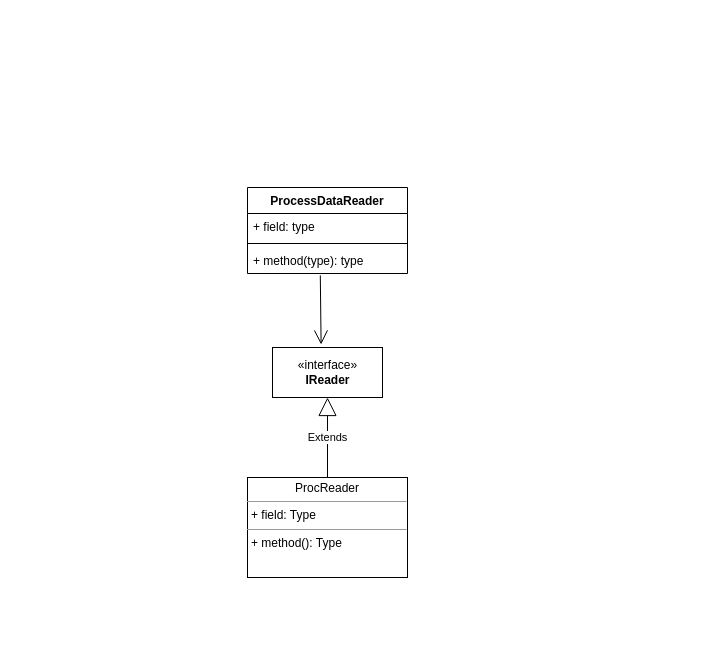
Above: diagrams/Diagram bez tytułu.drawio in Sidewinder22/Side-Process-Manager (draw.io), before the change. Source tidied: cells renumbered, new cells numbered last; positions are measured from the earlier drawing's top-left corner, leaving out a move shared by most shapes. Both pictures are drawn from the tidied source at 100%, with x=0, y=0 at pixel (247, 187).
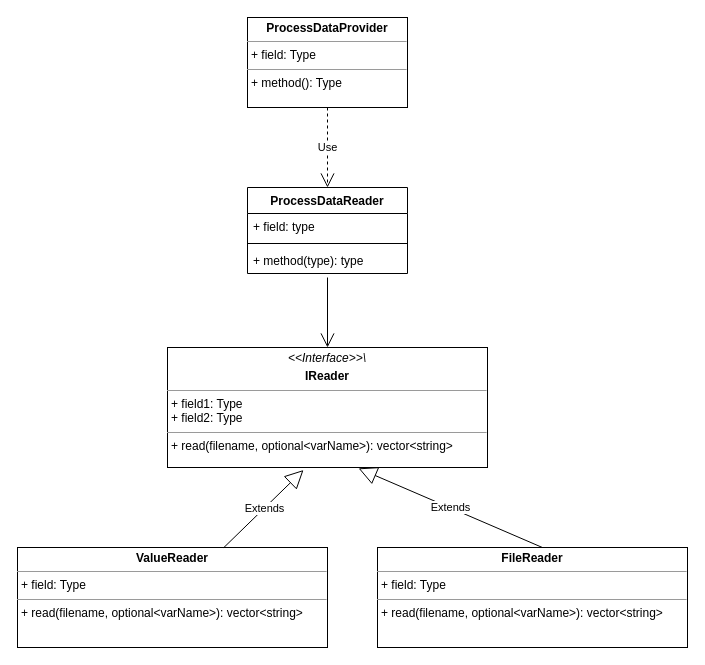
After the change.

Commit message:
Update of the provider diagram

Diff of the diagram source:
```diff
@@
 <mxGraphModel>
   <root>
     <mxCell id="0" />
     <mxCell id="1" parent="0" />
     <mxCell id="2" value="ProcessDataReader&#10;" style="swimlane;fontStyle=1;align=center;verticalAlign=top;horizontal=1;startSize=26;" parent="1" vertex="1">
       <mxGeometry width="160" height="86" as="geometry" />
     </mxCell>
     <mxCell id="3" value="+ field: type" style="text;strokeColor=none;fillColor=none;align=left;verticalAlign=top;spacingLeft=4;spacingRight=4;overflow=hidden;" parent="2" vertex="1">
       <mxGeometry y="26" width="160" height="26" as="geometry" />
     </mxCell>
     <mxCell id="4" style="line;strokeWidth=1;fillColor=none;align=left;verticalAlign=middle;spacingTop=-1;spacingLeft=3;spacingRight=3;labelPosition=right;strokeColor=inherit;" parent="2" vertex="1">
       <mxGeometry y="52" width="160" height="8" as="geometry" />
     </mxCell>
     <mxCell id="5" value="+ method(type): type" style="text;strokeColor=none;fillColor=none;align=left;verticalAlign=top;spacingLeft=4;spacingRight=4;overflow=hidden;points=[[0,0.5],[1,0.5]];portConstraint=eastwest;" parent="2" vertex="1">
       <mxGeometry y="60" width="160" height="26" as="geometry" />
     </mxCell>
-    <mxCell id="6" value="«interface»&lt;br&gt;&lt;div&gt;&lt;b&gt;IReader&lt;/b&gt;&lt;/div&gt;" style="html=1;" parent="1" vertex="1">
-      <mxGeometry x="25" y="160" width="110" height="50" as="geometry" />
-    </mxCell>
-    <mxCell id="7" style="endArrow=open;endFill=1;endSize=12;html=1;rounded=0;exitX=0.455;exitY=1.071;exitDx=0;exitDy=0;exitPerimeter=0;entryX=0.442;entryY=-0.06;entryDx=0;entryDy=0;entryPerimeter=0;" parent="1" edge="1" source="5" target="6">
-      <mxGeometry relative="1" as="geometry" />
+    <mxCell id="7" style="endArrow=open;endFill=1;endSize=12;html=1;rounded=0;" parent="1" edge="1" target="10">
+      <mxGeometry relative="1" as="geometry">
+        <mxPoint x="80" y="90" as="sourcePoint" />
+      </mxGeometry>
     </mxCell>
-    <mxCell id="8" value="&lt;p style=&quot;margin:0px;margin-top:4px;text-align:center;&quot;&gt;ProcReader&lt;/p&gt;&lt;hr size=&quot;1&quot;&gt;&lt;p style=&quot;margin:0px;margin-left:4px;&quot;&gt;+ field: Type&lt;/p&gt;&lt;hr size=&quot;1&quot;&gt;&lt;p style=&quot;margin:0px;margin-left:4px;&quot;&gt;+ method(): Type&lt;/p&gt;" style="verticalAlign=top;align=left;overflow=fill;fontSize=12;fontFamily=Helvetica;html=1;" parent="1" vertex="1">
-      <mxGeometry y="290" width="160" height="100" as="geometry" />
+    <mxCell id="8" value="&lt;p style=&quot;margin:0px;margin-top:4px;text-align:center;&quot;&gt;&lt;b&gt;ValueReader&lt;/b&gt;&lt;/p&gt;&lt;hr size=&quot;1&quot;&gt;&lt;p style=&quot;margin:0px;margin-left:4px;&quot;&gt;+ field: Type&lt;/p&gt;&lt;hr size=&quot;1&quot;&gt;&lt;p style=&quot;margin:0px;margin-left:4px;&quot;&gt;+ read(filename, optional&amp;lt;varName&amp;gt;): vector&amp;lt;string&amp;gt;&lt;/p&gt;" style="verticalAlign=top;align=left;overflow=fill;fontSize=12;fontFamily=Helvetica;html=1;" parent="1" vertex="1">
+      <mxGeometry x="-230" y="360" width="310" height="100" as="geometry" />
     </mxCell>
-    <mxCell id="9" value="Extends" style="endArrow=block;endSize=16;endFill=0;html=1;rounded=0;entryX=0.5;entryY=1;entryDx=0;entryDy=0;" parent="1" edge="1" source="8" target="6">
+    <mxCell id="9" value="Extends" style="endArrow=block;endSize=16;endFill=0;html=1;rounded=0;entryX=0.425;entryY=1.021;entryDx=0;entryDy=0;entryPerimeter=0;" parent="1" edge="1" source="8" target="10">
       <mxGeometry relative="1" as="geometry" />
     </mxCell>
+    <mxCell id="10" value="&lt;p style=&quot;margin:0px;margin-top:4px;text-align:center;&quot;&gt;&lt;i&gt;&amp;lt;&amp;lt;Interface&amp;gt;&amp;gt;\&lt;/i&gt;&lt;/p&gt;&lt;p style=&quot;margin:0px;margin-top:4px;text-align:center;&quot;&gt;&lt;b&gt;IReader&lt;/b&gt;&lt;/p&gt;&lt;hr size=&quot;1&quot;&gt;&lt;p style=&quot;margin:0px;margin-left:4px;&quot;&gt;+ field1: Type&lt;br&gt;+ field2: Type&lt;/p&gt;&lt;hr size=&quot;1&quot;&gt;&lt;p style=&quot;margin:0px;margin-left:4px;&quot;&gt;+ read(filename, optional&amp;lt;varName&amp;gt;): vector&amp;lt;string&amp;gt;&lt;br&gt;&lt;/p&gt;" style="verticalAlign=top;align=left;overflow=fill;fontSize=12;fontFamily=Helvetica;html=1;" parent="1" vertex="1">
+      <mxGeometry x="-80" y="160" width="320" height="120" as="geometry" />
+    </mxCell>
+    <mxCell id="11" value="&lt;p style=&quot;margin:0px;margin-top:4px;text-align:center;&quot;&gt;&lt;b&gt;ProcessDataProvider&lt;/b&gt;&lt;/p&gt;&lt;hr size=&quot;1&quot;&gt;&lt;p style=&quot;margin:0px;margin-left:4px;&quot;&gt;+ field: Type&lt;/p&gt;&lt;hr size=&quot;1&quot;&gt;&lt;p style=&quot;margin:0px;margin-left:4px;&quot;&gt;+ method(): Type&lt;/p&gt;" style="verticalAlign=top;align=left;overflow=fill;fontSize=12;fontFamily=Helvetica;html=1;" parent="1" vertex="1">
+      <mxGeometry y="-170" width="160" height="90" as="geometry" />
+    </mxCell>
+    <mxCell id="12" value="Use" style="endArrow=open;endSize=12;dashed=1;html=1;rounded=0;entryX=0.5;entryY=0;entryDx=0;entryDy=0;exitX=0.5;exitY=1;exitDx=0;exitDy=0;" parent="1" edge="1" source="11" target="2">
+      <mxGeometry relative="1" as="geometry" />
+    </mxCell>
+    <mxCell id="13" value="Extends" style="endArrow=block;endSize=16;endFill=0;html=1;rounded=0;entryX=0.597;entryY=1.007;entryDx=0;entryDy=0;entryPerimeter=0;exitX=0.532;exitY=0;exitDx=0;exitDy=0;exitPerimeter=0;" parent="1" edge="1" source="14" target="10">
+      <mxGeometry relative="1" as="geometry" />
+    </mxCell>
+    <mxCell id="14" value="&lt;p style=&quot;margin:0px;margin-top:4px;text-align:center;&quot;&gt;&lt;b&gt;FileReader&lt;/b&gt;&lt;/p&gt;&lt;hr size=&quot;1&quot;&gt;&lt;p style=&quot;margin:0px;margin-left:4px;&quot;&gt;+ field: Type&lt;/p&gt;&lt;hr size=&quot;1&quot;&gt;&lt;p style=&quot;margin:0px;margin-left:4px;&quot;&gt;+ read(filename, optional&amp;lt;varName&amp;gt;): vector&amp;lt;string&amp;gt;&lt;/p&gt;" style="verticalAlign=top;align=left;overflow=fill;fontSize=12;fontFamily=Helvetica;html=1;" parent="1" vertex="1">
+      <mxGeometry x="130" y="360" width="310" height="100" as="geometry" />
+    </mxCell>
   </root>
 </mxGraphModel>
```
